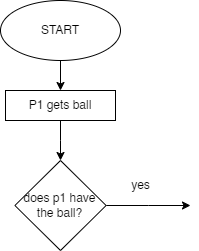
Earlier version of the draw.io export BasketballGameVersion2/Ball Posession.drawio.png (y4nder/JAVA-reviews). Source tidied: cells renumbered, new cells last; positions are measured from the earlier drawing's top-left corner, leaving out a move shared by most shapes.
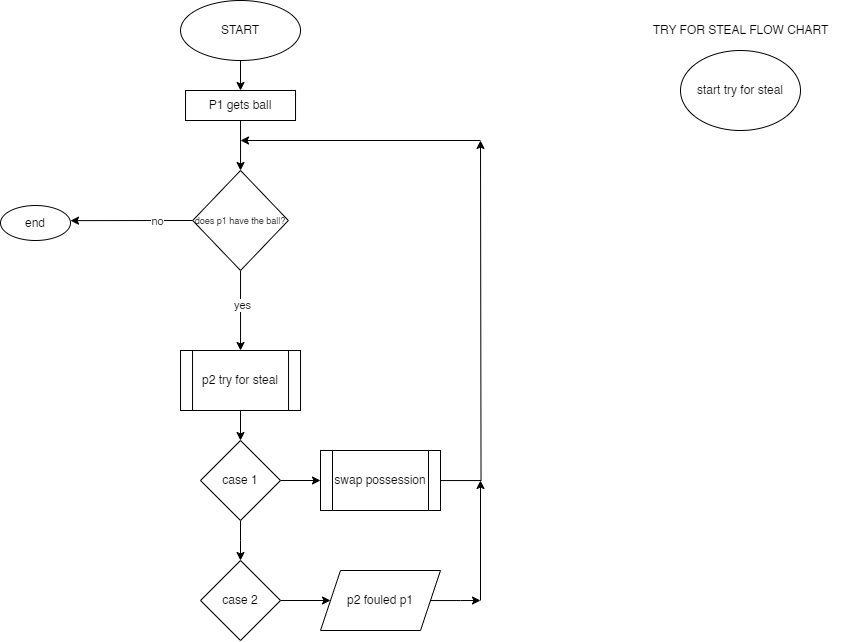
Later version of the same file.

What changed in the source:
```diff
@@ -8,24 +8,90 @@
     <mxCell id="3" style="edgeStyle=orthogonalEdgeStyle;rounded=0;jettySize=auto;html=1;" parent="1" edge="1" source="2" target="5">
       <mxGeometry relative="1" as="geometry" />
     </mxCell>
-    <mxCell id="4" style="edgeStyle=orthogonalEdgeStyle;rounded=0;jettySize=auto;html=1;exitX=0.5;exitY=1;exitDx=0;exitDy=0;" parent="1" edge="1" source="5">
-      <mxGeometry relative="1" as="geometry">
-        <mxPoint x="60" y="160" as="targetPoint" />
-      </mxGeometry>
+    <mxCell id="4" style="edgeStyle=orthogonalEdgeStyle;rounded=0;jettySize=auto;html=1;exitX=0.5;exitY=1;exitDx=0;exitDy=0;entryX=0.5;entryY=0;entryDx=0;entryDy=0;" parent="1" edge="1" source="5" target="7">
+      <mxGeometry relative="1" as="geometry" />
     </mxCell>
     <mxCell id="5" value="P1 gets ball" style="rounded=0;whiteSpace=wrap;html=1;" parent="1" vertex="1">
       <mxGeometry x="5" y="90" width="110" height="30" as="geometry" />
     </mxCell>
-    <mxCell id="6" style="edgeStyle=orthogonalEdgeStyle;rounded=0;jettySize=auto;html=1;" parent="1" edge="1" source="7">
-      <mxGeometry relative="1" as="geometry">
-        <mxPoint x="190" y="205" as="targetPoint" />
-      </mxGeometry>
-    </mxCell>
+    <mxCell id="9" style="edgeStyle=orthogonalEdgeStyle;rounded=0;jettySize=auto;html=1;entryX=0.5;entryY=0;entryDx=0;entryDy=0;" parent="1" edge="1" source="7" target="13">
+      <mxGeometry relative="1" as="geometry" />
+    </mxCell>
+    <mxCell id="8" value="yes" style="edgeLabel;html=1;align=center;verticalAlign=middle;" parent="9" vertex="1">
+      <mxGeometry x="-0.13" y="1" relative="1" as="geometry" />
+    </mxCell>
+    <mxCell id="10" style="edgeStyle=orthogonalEdgeStyle;rounded=0;jettySize=auto;html=1;exitX=0;exitY=0.5;exitDx=0;exitDy=0;" parent="1" edge="1" source="7">
+      <mxGeometry relative="1" as="geometry">
+        <mxPoint x="-110" y="220.1" as="targetPoint" />
+      </mxGeometry>
+    </mxCell>
+    <mxCell id="11" value="no" style="edgeLabel;html=1;align=center;verticalAlign=middle;" parent="10" vertex="1">
+      <mxGeometry x="-0.42" y="3" relative="1" as="geometry">
+        <mxPoint y="-3" as="offset" />
+      </mxGeometry>
+    </mxCell>
-    <mxCell id="7" value="does p1 have the ball?" style="rhombus;whiteSpace=wrap;html=1;" parent="1" vertex="1">
-      <mxGeometry x="14.4" y="160" width="91.2" height="90" as="geometry" />
+    <mxCell id="7" value="&lt;font style=&quot;font-size: 9px;&quot;&gt;does p1 have the ball?&lt;/font&gt;" style="rhombus;whiteSpace=wrap;html=1;" parent="1" vertex="1">
+      <mxGeometry x="12.2" y="170" width="95.6" height="100" as="geometry" />
     </mxCell>
-    <mxCell id="8" value="yes" style="text;html=1;align=center;verticalAlign=middle;strokeColor=none;fillColor=none;" parent="1" vertex="1">
-      <mxGeometry x="120" y="170" width="40" height="30" as="geometry" />
-    </mxCell>
+    <mxCell id="12" style="edgeStyle=orthogonalEdgeStyle;rounded=0;jettySize=auto;html=1;" parent="1" edge="1" source="13" target="16">
+      <mxGeometry relative="1" as="geometry" />
+    </mxCell>
+    <mxCell id="13" value="p2 try for steal" style="shape=process;whiteSpace=wrap;html=1;backgroundOutline=1;" parent="1" vertex="1">
+      <mxGeometry y="350" width="120" height="60" as="geometry" />
+    </mxCell>
+    <mxCell id="14" style="edgeStyle=orthogonalEdgeStyle;rounded=0;jettySize=auto;html=1;entryX=0.5;entryY=0;entryDx=0;entryDy=0;" parent="1" edge="1" source="16">
+      <mxGeometry relative="1" as="geometry">
+        <mxPoint x="60" y="560" as="targetPoint" />
+      </mxGeometry>
+    </mxCell>
+    <mxCell id="15" style="edgeStyle=orthogonalEdgeStyle;rounded=0;jettySize=auto;html=1;" parent="1" edge="1" source="16" target="20">
+      <mxGeometry relative="1" as="geometry" />
+    </mxCell>
+    <mxCell id="16" value="case 1" style="rhombus;whiteSpace=wrap;html=1;" parent="1" vertex="1">
+      <mxGeometry x="20" y="440" width="80" height="80" as="geometry" />
+    </mxCell>
+    <mxCell id="17" style="edgeStyle=orthogonalEdgeStyle;rounded=0;jettySize=auto;html=1;" parent="1" edge="1" source="18" target="24">
+      <mxGeometry relative="1" as="geometry" />
+    </mxCell>
+    <mxCell id="18" value="case 2" style="rhombus;whiteSpace=wrap;html=1;" parent="1" vertex="1">
+      <mxGeometry x="20" y="560" width="80" height="80" as="geometry" />
+    </mxCell>
+    <mxCell id="19" style="edgeStyle=orthogonalEdgeStyle;rounded=0;jettySize=auto;html=1;" parent="1" edge="1" source="20">
+      <mxGeometry relative="1" as="geometry">
+        <mxPoint x="300" y="140" as="targetPoint" />
+      </mxGeometry>
+    </mxCell>
+    <mxCell id="20" value="swap possession" style="shape=process;whiteSpace=wrap;html=1;backgroundOutline=1;" parent="1" vertex="1">
+      <mxGeometry x="140" y="450" width="120" height="60" as="geometry" />
+    </mxCell>
+    <mxCell id="21" style="endArrow=classic;html=1;rounded=0;" parent="1" edge="1">
+      <mxGeometry relative="1" as="geometry">
+        <mxPoint x="300" y="140" as="sourcePoint" />
+        <mxPoint x="60" y="140" as="targetPoint" />
+      </mxGeometry>
+    </mxCell>
+    <mxCell id="22" value="end" style="ellipse;whiteSpace=wrap;html=1;" parent="1" vertex="1">
+      <mxGeometry x="-180" y="205" width="70" height="35" as="geometry" />
+    </mxCell>
+    <mxCell id="23" style="edgeStyle=orthogonalEdgeStyle;rounded=0;jettySize=auto;html=1;" parent="1" edge="1" source="24">
+      <mxGeometry relative="1" as="geometry">
+        <mxPoint x="300" y="600" as="targetPoint" />
+      </mxGeometry>
+    </mxCell>
+    <mxCell id="24" value="p2 fouled p1" style="shape=parallelogram;perimeter=parallelogramPerimeter;whiteSpace=wrap;html=1;fixedSize=1;" parent="1" vertex="1">
+      <mxGeometry x="140" y="570" width="120" height="60" as="geometry" />
+    </mxCell>
+    <mxCell id="25" style="edgeStyle=none;orthogonalLoop=1;jettySize=auto;html=1;rounded=0;" parent="1" edge="1">
+      <mxGeometry relative="1" as="geometry">
+        <mxPoint x="300" y="600" as="sourcePoint" />
+        <mxPoint x="300" y="480" as="targetPoint" />
+      </mxGeometry>
+    </mxCell>
+    <mxCell id="26" value="start try for steal" style="ellipse;whiteSpace=wrap;html=1;" parent="1" vertex="1">
+      <mxGeometry x="500" y="50" width="120" height="80" as="geometry" />
+    </mxCell>
+    <mxCell id="27" value="TRY FOR STEAL FLOW CHART" style="text;html=1;align=center;verticalAlign=middle;strokeColor=none;fillColor=none;" parent="1" vertex="1">
+      <mxGeometry x="460" y="15" width="200" height="30" as="geometry" />
+    </mxCell>
   </root>
 </mxGraphModel>
```
